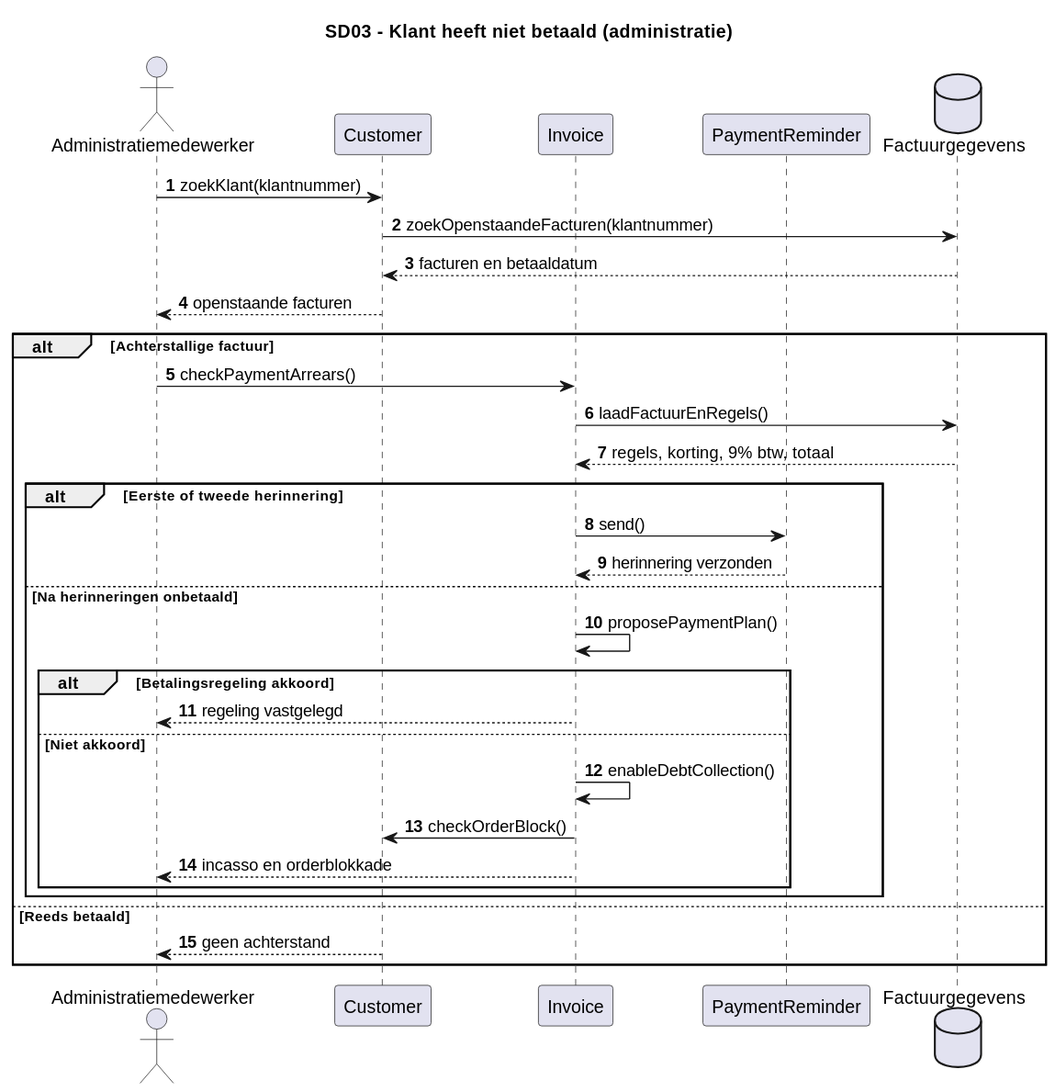
Before: Documentation/Architecture/uml/export/sequence_diagrams/SD03_KlantHeeftNietBetaald.svg, a diagram exported from PlantUML (ViktorQorri/Project-Timaflu). Its diagram source:
```plantuml
@startuml
title SD03 - Klant heeft niet betaald (administratie)
autonumber
actor "Administratiemedewerker" as A
participant "Customer" as K
participant "Invoice" as F
participant "PaymentReminder" as H
database "Factuurgegevens" as DB
A -> K: zoekKlant(klantnummer)
K -> DB: zoekOpenstaandeFacturen(klantnummer)
DB --> K: facturen en betaaldatum
K --> A: openstaande facturen
alt Achterstallige factuur
 A -> F: checkPaymentArrears()
 F -> DB: laadFactuurEnRegels()
 DB --> F: regels, korting, 9% btw, totaal
 alt Eerste of tweede herinnering
   F -> H: send()
   H --> F: herinnering verzonden
 else Na herinneringen onbetaald
   F -> F: proposePaymentPlan()
   alt Betalingsregeling akkoord
     F --> A: regeling vastgelegd
   else Niet akkoord
     F -> F: enableDebtCollection()
     F -> K: checkOrderBlock()
     F --> A: incasso en orderblokkade
   end
 end
else Reeds betaald
 K --> A: geen achterstand
end
@enduml
```
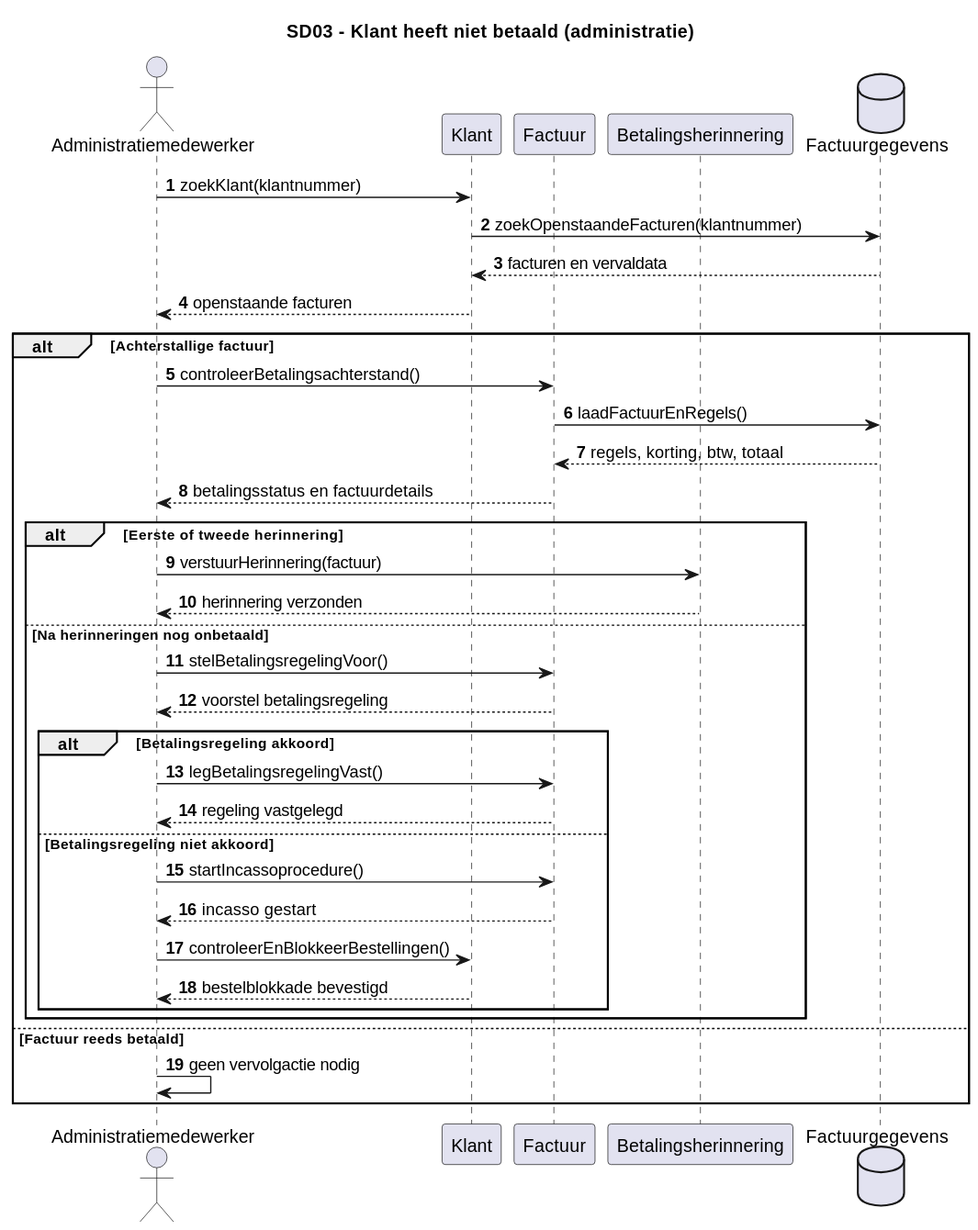
Later version of the same file.

The edit, as a diff of the source:
```diff
@@ -2,32 +2,37 @@
 title SD03 - Klant heeft niet betaald (administratie)
 autonumber
 actor "Administratiemedewerker" as A
-participant "Customer" as K
-participant "Invoice" as F
-participant "PaymentReminder" as H
+participant "Klant" as K
+participant "Factuur" as F
+participant "Betalingsherinnering" as H
 database "Factuurgegevens" as DB
+
 A -> K: zoekKlant(klantnummer)
 K -> DB: zoekOpenstaandeFacturen(klantnummer)
-DB --> K: facturen en betaaldatum
+DB --> K: facturen en vervaldata
 K --> A: openstaande facturen
 alt Achterstallige factuur
- A -> F: checkPaymentArrears()
- F -> DB: laadFactuurEnRegels()
- DB --> F: regels, korting, 9% btw, totaal
- alt Eerste of tweede herinnering
-   F -> H: send()
-   H --> F: herinnering verzonden
- else Na herinneringen onbetaald
-   F -> F: proposePaymentPlan()
-   alt Betalingsregeling akkoord
-     F --> A: regeling vastgelegd
-   else Niet akkoord
-     F -> F: enableDebtCollection()
-     F -> K: checkOrderBlock()
-     F --> A: incasso en orderblokkade
-   end
- end
-else Reeds betaald
- K --> A: geen achterstand
+  A -> F: controleerBetalingsachterstand()
+  F -> DB: laadFactuurEnRegels()
+  DB --> F: regels, korting, btw, totaal
+  F --> A: betalingsstatus en factuurdetails
+  alt Eerste of tweede herinnering
+    A -> H: verstuurHerinnering(factuur)
+    H --> A: herinnering verzonden
+  else Na herinneringen nog onbetaald
+    A -> F: stelBetalingsregelingVoor()
+    F --> A: voorstel betalingsregeling
+    alt Betalingsregeling akkoord
+      A -> F: legBetalingsregelingVast()
+      F --> A: regeling vastgelegd
+    else Betalingsregeling niet akkoord
+      A -> F: startIncassoprocedure()
+      F --> A: incasso gestart
+      A -> K: controleerEnBlokkeerBestellingen()
+      K --> A: bestelblokkade bevestigd
+    end
+  end
+else Factuur reeds betaald
+  A -> A: geen vervolgactie nodig
 end
 @enduml
```
